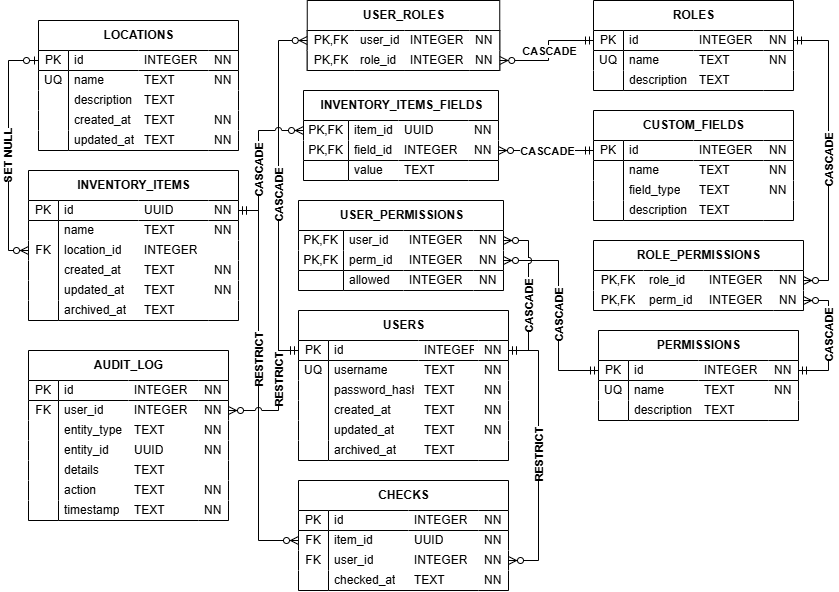
This is docs/inventory-management.png from nemoe7/asset-tracker, a draw.io export, as it was before one commit. Source tidied: cells renumbered, new cells last; positions are measured from the earlier drawing's top-left corner, leaving out a move shared by most shapes.
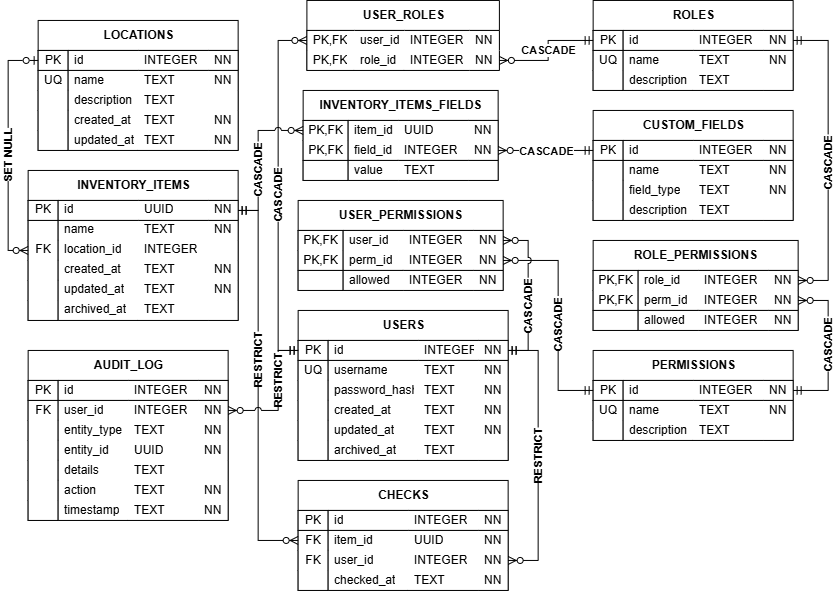
Above is the later version.

Commit message:
feat(database): add allowed column to role_permissions table

Change to the diagram source:
```diff
@@ -144,7 +144,7 @@
       <mxGeometry x="170" width="30" height="20" as="geometry" />
     </mxCell>
     <mxCell id="49" value="PERMISSIONS" style="shape=table;startSize=30;rowLines=0;fontStyle=1;align=center;swimlaneFillColor=none;swimlaneLine=1;rounded=0;shadow=0;columnLines=0;html=1;spacing=0;spacingTop=0;spacingLeft=4;spacingBottom=0;spacingRight=4;" parent="1" vertex="1">
-      <mxGeometry x="590" y="330" width="200" height="90" as="geometry" />
+      <mxGeometry x="585" y="350" width="200" height="90" as="geometry" />
     </mxCell>
     <mxCell id="50" style="shape=tableRow;horizontal=0;startSize=0;swimlaneHead=0;swimlaneBody=0;points=[[0,0.5],[1,0.5]];portConstraint=eastwest;top=0;left=0;right=0;bottom=0;spacingLeft=4;spacingBottom=0;spacingTop=0;spacingRight=4;" parent="49" vertex="1">
       <mxGeometry y="30" width="200" height="20" as="geometry" />
@@ -225,38 +225,53 @@
       <mxGeometry x="162.5" width="30" height="20" as="geometry" />
     </mxCell>
     <mxCell id="76" value="ROLE_PERMISSIONS" style="shape=table;startSize=30;rowLines=0;fontStyle=1;align=center;swimlaneFillColor=none;swimlaneLine=1;rounded=0;shadow=0;columnLines=0;html=1;spacing=0;spacingTop=0;spacingLeft=4;spacingBottom=0;spacingRight=4;" parent="1" vertex="1">
-      <mxGeometry x="585" y="240" width="210" height="70" as="geometry" />
+      <mxGeometry x="585" y="240" width="205" height="90" as="geometry" />
     </mxCell>
     <mxCell id="77" style="shape=tableRow;horizontal=0;startSize=0;swimlaneHead=0;swimlaneBody=0;points=[[0,0.5],[1,0.5]];portConstraint=eastwest;top=0;left=0;right=0;bottom=0;spacingLeft=4;spacingBottom=0;spacingTop=0;spacingRight=4;" parent="76" vertex="1">
-      <mxGeometry y="30" width="210" height="20" as="geometry" />
+      <mxGeometry y="30" width="205" height="20" as="geometry" />
     </mxCell>
-    <mxCell id="78" value="PK,FK" style="shape=partialRectangle;top=1;left=1;bottom=0;right=0;overflow=hidden;whiteSpace=wrap;html=1;spacingLeft=4;spacingBottom=0;spacingTop=0;spacingRight=4;" parent="77" vertex="1">
-      <mxGeometry width="50" height="20" as="geometry" />
+    <mxCell id="78" value="PK,FK" style="shape=partialRectangle;top=1;left=1;bottom=0;right=1;overflow=hidden;whiteSpace=wrap;html=1;spacingLeft=4;spacingBottom=0;spacingTop=0;spacingRight=4;" parent="77" vertex="1">
+      <mxGeometry width="45" height="20" as="geometry" />
     </mxCell>
-    <mxCell id="79" value="role_id" style="shape=partialRectangle;top=1;left=0;bottom=0;right=0;align=left;spacingLeft=4;overflow=hidden;whiteSpace=wrap;html=1;spacingBottom=0;spacingTop=0;spacingRight=4;" parent="77" vertex="1">
-      <mxGeometry x="50" width="60" height="20" as="geometry" />
+    <mxCell id="79" value="role_id" style="shape=partialRectangle;top=1;left=1;bottom=0;right=0;align=left;spacingLeft=4;overflow=hidden;whiteSpace=wrap;html=1;spacingBottom=0;spacingTop=0;spacingRight=4;" parent="77" vertex="1">
+      <mxGeometry x="45" width="60" height="20" as="geometry" />
     </mxCell>
     <mxCell id="80" value="INTEGER" style="shape=partialRectangle;top=1;left=0;bottom=0;right=0;align=left;spacingLeft=4;overflow=hidden;whiteSpace=wrap;html=1;spacingBottom=0;spacingTop=0;spacingRight=4;" parent="77" vertex="1">
-      <mxGeometry x="110" width="70" height="20" as="geometry" />
+      <mxGeometry x="105" width="70" height="20" as="geometry" />
     </mxCell>
     <mxCell id="81" value="NN" style="shape=partialRectangle;top=1;left=0;bottom=0;right=1;align=left;spacingLeft=4;overflow=hidden;whiteSpace=wrap;html=1;spacingBottom=0;spacingTop=0;spacingRight=4;" parent="77" vertex="1">
-      <mxGeometry x="180" width="30" height="20" as="geometry" />
+      <mxGeometry x="175" width="30" height="20" as="geometry" />
     </mxCell>
     <mxCell id="82" style="shape=tableRow;horizontal=0;startSize=0;swimlaneHead=0;swimlaneBody=0;points=[[0,0.5],[1,0.5]];portConstraint=eastwest;top=0;left=0;right=0;bottom=0;spacingLeft=4;spacingBottom=0;spacingTop=0;spacingRight=4;" parent="76" vertex="1">
-      <mxGeometry y="50" width="210" height="20" as="geometry" />
+      <mxGeometry y="50" width="205" height="20" as="geometry" />
     </mxCell>
-    <mxCell id="83" value="PK,FK" style="shape=partialRectangle;top=0;left=1;bottom=1;right=0;overflow=hidden;whiteSpace=wrap;html=1;spacingLeft=4;spacingBottom=0;spacingTop=0;spacingRight=4;" parent="82" vertex="1">
-      <mxGeometry width="50" height="20" as="geometry" />
+    <mxCell id="83" value="PK,FK" style="shape=partialRectangle;top=0;left=1;bottom=1;right=1;overflow=hidden;whiteSpace=wrap;html=1;spacingLeft=4;spacingBottom=0;spacingTop=0;spacingRight=4;" parent="82" vertex="1">
+      <mxGeometry width="45" height="20" as="geometry" />
     </mxCell>
-    <mxCell id="84" value="perm_id" style="shape=partialRectangle;top=0;left=0;bottom=1;right=0;align=left;spacingLeft=4;overflow=hidden;whiteSpace=wrap;html=1;spacingBottom=0;spacingTop=0;spacingRight=4;" parent="82" vertex="1">
-      <mxGeometry x="50" width="60" height="20" as="geometry" />
+    <mxCell id="84" value="perm_id" style="shape=partialRectangle;top=0;left=1;bottom=1;right=0;align=left;spacingLeft=4;overflow=hidden;whiteSpace=wrap;html=1;spacingBottom=0;spacingTop=0;spacingRight=4;" parent="82" vertex="1">
+      <mxGeometry x="45" width="60" height="20" as="geometry" />
     </mxCell>
     <mxCell id="85" value="INTEGER" style="shape=partialRectangle;top=0;left=0;bottom=1;right=0;align=left;spacingLeft=4;overflow=hidden;whiteSpace=wrap;html=1;spacingBottom=0;spacingTop=0;spacingRight=4;" parent="82" vertex="1">
-      <mxGeometry x="110" width="70" height="20" as="geometry" />
+      <mxGeometry x="105" width="70" height="20" as="geometry" />
     </mxCell>
     <mxCell id="86" value="NN" style="shape=partialRectangle;top=0;left=0;bottom=1;right=1;align=left;spacingLeft=4;overflow=hidden;whiteSpace=wrap;html=1;spacingBottom=0;spacingTop=0;spacingRight=4;" parent="82" vertex="1">
-      <mxGeometry x="180" width="30" height="20" as="geometry" />
+      <mxGeometry x="175" width="30" height="20" as="geometry" />
     </mxCell>
+    <mxCell id="278" style="shape=tableRow;horizontal=0;startSize=0;swimlaneHead=0;swimlaneBody=0;top=0;left=0;right=0;bottom=0;spacingLeft=4;spacingBottom=0;spacingTop=0;spacingRight=4;" parent="76" vertex="1">
+      <mxGeometry y="70" width="205" height="20" as="geometry" />
+    </mxCell>
+    <mxCell id="279" style="shape=partialRectangle;top=1;left=1;bottom=1;right=1;overflow=hidden;whiteSpace=wrap;html=1;spacingLeft=4;spacingBottom=0;spacingTop=0;spacingRight=4;" parent="278" vertex="1">
+      <mxGeometry width="45" height="20" as="geometry" />
+    </mxCell>
+    <mxCell id="280" value="allowed" style="shape=partialRectangle;top=1;left=1;bottom=1;right=0;align=left;spacingLeft=4;overflow=hidden;whiteSpace=wrap;html=1;spacingBottom=0;spacingTop=0;spacingRight=4;" parent="278" vertex="1">
+      <mxGeometry x="45" width="60" height="20" as="geometry" />
+    </mxCell>
+    <mxCell id="281" value="INTEGER" style="shape=partialRectangle;top=1;left=0;bottom=1;right=0;align=left;spacingLeft=4;overflow=hidden;whiteSpace=wrap;html=1;spacingBottom=0;spacingTop=0;spacingRight=4;" parent="278" vertex="1">
+      <mxGeometry x="105" width="70" height="20" as="geometry" />
+    </mxCell>
+    <mxCell id="282" value="NN" style="shape=partialRectangle;top=1;left=0;bottom=1;right=1;align=left;spacingLeft=4;overflow=hidden;whiteSpace=wrap;html=1;spacingBottom=0;spacingTop=0;spacingRight=4;" parent="278" vertex="1">
+      <mxGeometry x="175" width="30" height="20" as="geometry" />
+    </mxCell>
     <mxCell id="87" value="USER_PERMISSIONS" style="shape=table;startSize=30;rowLines=0;fontStyle=1;align=center;swimlaneFillColor=none;swimlaneLine=1;rounded=0;shadow=0;columnLines=0;html=1;spacing=0;spacingTop=0;spacingLeft=4;spacingBottom=0;spacingRight=4;" parent="1" vertex="1">
       <mxGeometry x="290" y="200" width="205" height="90" as="geometry" />
     </mxCell>
@@ -800,7 +815,7 @@
     <mxCell id="260" style="edgeStyle=orthogonalEdgeStyle;fontSize=12;html=1;endArrow=ERzeroToMany;startArrow=ERmandOne;rounded=0;jumpStyle=arc;spacingLeft=4;spacingRight=4;" parent="1" edge="1" source="50" target="82">
       <mxGeometry relative="1" as="geometry">
         <Array as="points">
-          <mxPoint x="820" y="370" />
+          <mxPoint x="820" y="390" />
           <mxPoint x="820" y="300" />
         </Array>
       </mxGeometry>
@@ -813,7 +828,7 @@
     <mxCell id="262" style="edgeStyle=orthogonalEdgeStyle;fontSize=12;html=1;endArrow=ERzeroToMany;startArrow=ERmandOne;rounded=0;jumpStyle=arc;spacingLeft=4;spacingRight=4;" parent="1" edge="1" source="50" target="93">
       <mxGeometry relative="1" as="geometry">
         <Array as="points">
-          <mxPoint x="550" y="370" />
+          <mxPoint x="550" y="390" />
           <mxPoint x="550" y="260" />
         </Array>
       </mxGeometry>
```
